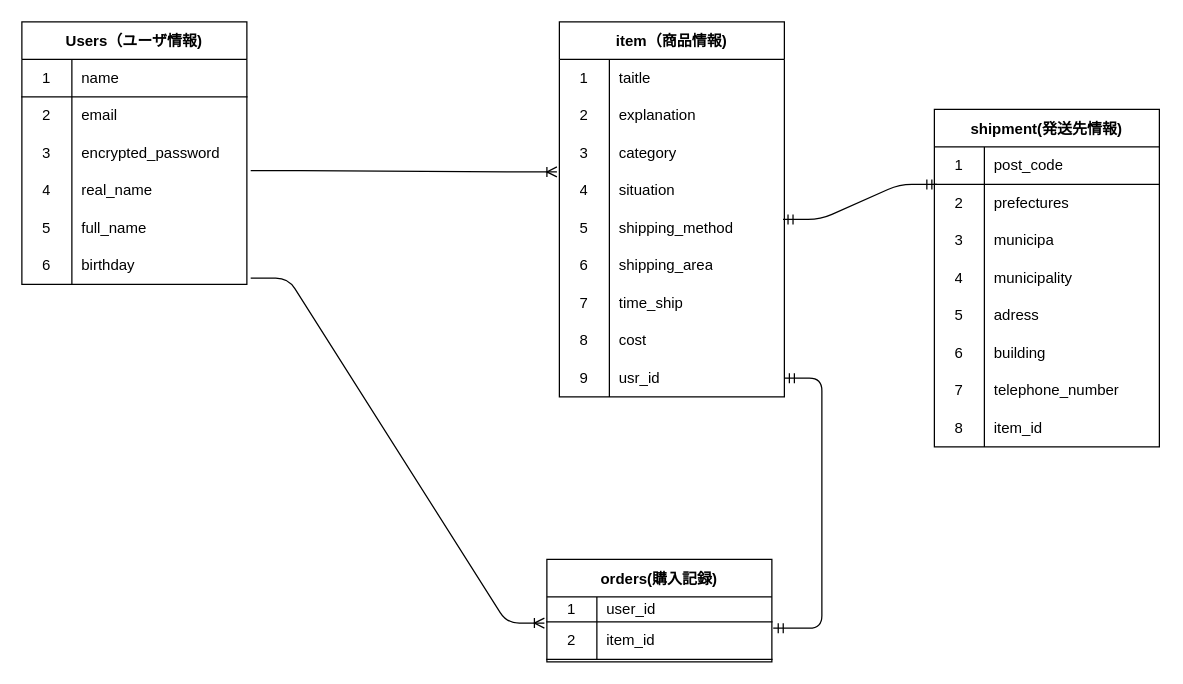
Before: ER.dio in Semomo0717/furima-36947, a draw.io diagram. Source tidied: cells renumbered, new cells numbered last; positions are measured from the earlier drawing's top-left corner, leaving out a move shared by most shapes. Both pictures are drawn from the tidied source at 125%, with x=0, y=0 at pixel (21, 21).
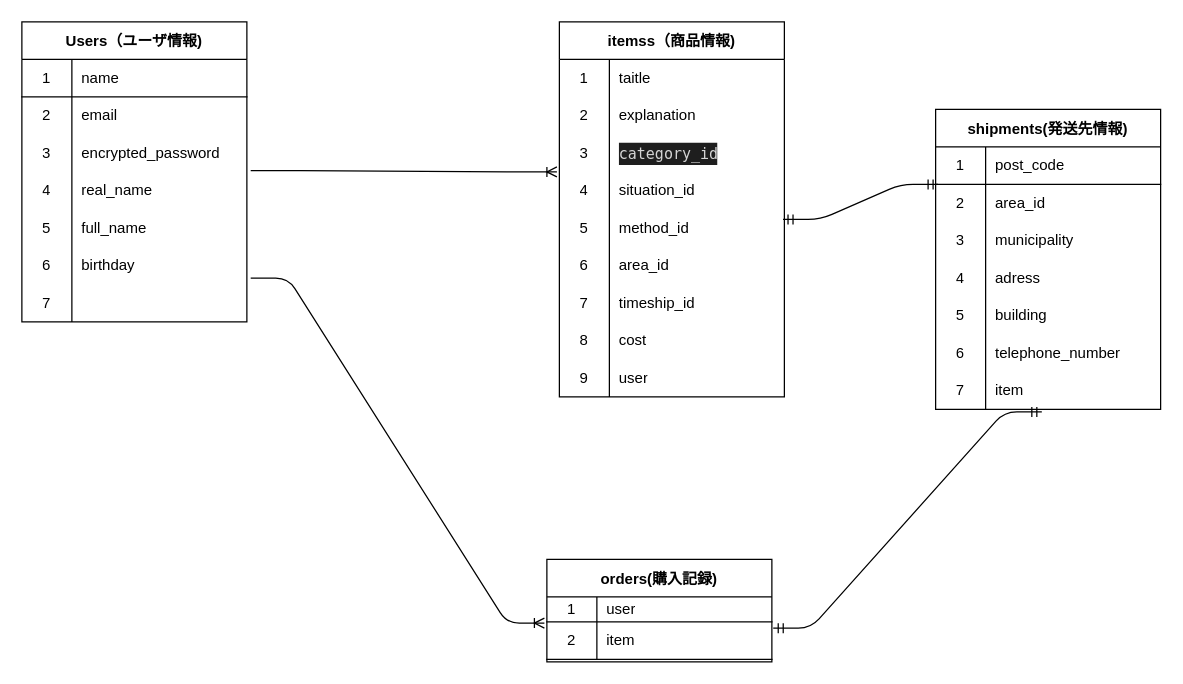
After the change.

The change refers to these unchanged cells:
```xml
<mxCell id="22" style="shape=partialRectangle;html=1;whiteSpace=wrap;fillColor=none;top=0;left=0;bottom=1;right=0;" parent="21" vertex="1">
  <mxGeometry y="30" width="180" height="20" as="geometry" />
</mxCell>
<mxCell id="25" style="shape=partialRectangle;html=1;whiteSpace=wrap;fillColor=none;top=0;left=0;bottom=1;right=0;points=[[0,0.5],[1,0.5]];portConstraint=eastwest;" parent="21" vertex="1">
  <mxGeometry y="50" width="180" height="30" as="geometry" />
</mxCell>
<mxCell id="35" style="shape=partialRectangle;html=1;whiteSpace=wrap;fillColor=none;top=0;left=0;bottom=0;right=0;" parent="28" vertex="1">
  <mxGeometry y="90" width="180" height="30" as="geometry" />
</mxCell>
<mxCell id="38" style="shape=partialRectangle;html=1;whiteSpace=wrap;fillColor=none;top=0;left=0;bottom=0;right=0;points=[[0,0.5],[1,0.5]];portConstraint=eastwest;" parent="28" vertex="1">
  <mxGeometry y="120" width="180" height="30" as="geometry" />
</mxCell>
<mxCell id="41" style="shape=partialRectangle;html=1;whiteSpace=wrap;fillColor=none;top=0;left=0;bottom=0;right=0;points=[[0,0.5],[1,0.5]];portConstraint=eastwest;" parent="28" vertex="1">
  <mxGeometry y="150" width="180" height="30" as="geometry" />
</mxCell>
<mxCell id="44" style="shape=partialRectangle;html=1;whiteSpace=wrap;fillColor=none;top=0;left=0;bottom=0;right=0;" parent="28" vertex="1">
  <mxGeometry y="180" width="180" height="30" as="geometry" />
</mxCell>
<mxCell id="47" style="shape=partialRectangle;html=1;whiteSpace=wrap;fillColor=none;top=0;left=0;bottom=0;right=0;" parent="28" vertex="1">
  <mxGeometry y="210" width="180" height="30" as="geometry" />
</mxCell>
<mxCell id="53" style="shape=partialRectangle;html=1;whiteSpace=wrap;fillColor=none;top=0;left=0;bottom=0;right=0;points=[[0,0.5],[1,0.5]];portConstraint=eastwest;" parent="28" vertex="1">
  <mxGeometry y="270" width="180" height="30" as="geometry" />
</mxCell>
<mxCell id="63" style="shape=partialRectangle;html=1;whiteSpace=wrap;fillColor=none;top=0;left=0;bottom=0;right=0;points=[[0,0.5],[1,0.5]];portConstraint=eastwest;" parent="59" vertex="1">
  <mxGeometry y="60" width="180" height="30" as="geometry" />
</mxCell>
```

What changed in the source:
```diff
@@
     <mxCell id="2" value="Users（ユーザ情報)" style="shape=table;startSize=30;childLayout=tableLayout;rowLines=0;fontStyle=1;align=center;" parent="1" vertex="1">
-      <mxGeometry width="180" height="210" as="geometry" />
+      <mxGeometry width="180" height="240" as="geometry" />
     </mxCell>
@@
+    <mxCell id="85" style="shape=partialRectangle;html=1;whiteSpace=wrap;fillColor=none;top=0;left=0;bottom=0;right=0;" parent="2" vertex="1">
+      <mxGeometry y="210" width="180" height="30" as="geometry" />
+    </mxCell>
+    <mxCell id="86" value="7" style="shape=partialRectangle;html=1;whiteSpace=wrap;fillColor=none;top=0;left=0;bottom=0;right=0;overflow=hidden;" parent="85" vertex="1">
+      <mxGeometry width="40" height="30" as="geometry" />
+    </mxCell>
+    <mxCell id="87" style="shape=partialRectangle;html=1;whiteSpace=wrap;fillColor=none;top=0;left=0;bottom=0;right=0;align=left;spacingLeft=6;overflow=hidden;" parent="85" vertex="1">
+      <mxGeometry x="40" width="140" height="30" as="geometry" />
+    </mxCell>
@@
-    <mxCell id="24" value="user_id" style="shape=partialRectangle;html=1;whiteSpace=wrap;fillColor=none;top=0;left=0;bottom=0;right=0;align=left;spacingLeft=6;overflow=hidden;" parent="22" vertex="1">
+    <mxCell id="24" value="user" style="shape=partialRectangle;html=1;whiteSpace=wrap;fillColor=none;top=0;left=0;bottom=0;right=0;align=left;spacingLeft=6;overflow=hidden;" parent="22" vertex="1">
       <mxGeometry x="40" width="140" height="20" as="geometry" />
     </mxCell>
@@
-    <mxCell id="27" value="item_id" style="shape=partialRectangle;html=1;whiteSpace=wrap;fillColor=none;top=0;left=0;bottom=0;right=0;align=left;spacingLeft=6;overflow=hidden;" parent="25" vertex="1">
+    <mxCell id="27" value="item" style="shape=partialRectangle;html=1;whiteSpace=wrap;fillColor=none;top=0;left=0;bottom=0;right=0;align=left;spacingLeft=6;overflow=hidden;" parent="25" vertex="1">
       <mxGeometry x="40" width="140" height="30" as="geometry" />
     </mxCell>
-    <mxCell id="28" value="item（商品情報)" style="shape=table;startSize=30;childLayout=tableLayout;rowLines=0;fontStyle=1;align=center;" parent="1" vertex="1">
+    <mxCell id="28" value="itemss（商品情報)" style="shape=table;startSize=30;childLayout=tableLayout;rowLines=0;fontStyle=1;align=center;" parent="1" vertex="1">
       <mxGeometry x="430" width="180" height="300" as="geometry" />
     </mxCell>
@@
-    <mxCell id="37" value="category" style="shape=partialRectangle;html=1;whiteSpace=wrap;fillColor=none;top=0;left=0;bottom=0;right=0;align=left;spacingLeft=6;overflow=hidden;" parent="35" vertex="1">
+    <mxCell id="37" value="&lt;div style=&quot;color: rgb(212 , 212 , 212) ; background-color: rgb(30 , 30 , 30) ; font-family: &amp;#34;menlo&amp;#34; , &amp;#34;monaco&amp;#34; , &amp;#34;courier new&amp;#34; , monospace ; line-height: 18px&quot;&gt;category_id&lt;/div&gt;" style="shape=partialRectangle;html=1;whiteSpace=wrap;fillColor=none;top=0;left=0;bottom=0;right=0;align=left;spacingLeft=6;overflow=hidden;" parent="35" vertex="1">
       <mxGeometry x="40" width="140" height="30" as="geometry" />
     </mxCell>
@@
-    <mxCell id="40" value="situation" style="shape=partialRectangle;html=1;whiteSpace=wrap;fillColor=none;top=0;left=0;bottom=0;right=0;align=left;spacingLeft=6;overflow=hidden;" parent="38" vertex="1">
+    <mxCell id="40" value="situation_id" style="shape=partialRectangle;html=1;whiteSpace=wrap;fillColor=none;top=0;left=0;bottom=0;right=0;align=left;spacingLeft=6;overflow=hidden;" parent="38" vertex="1">
       <mxGeometry x="40" width="140" height="30" as="geometry" />
     </mxCell>
@@
-    <mxCell id="43" value="shipping_method" style="shape=partialRectangle;html=1;whiteSpace=wrap;fillColor=none;top=0;left=0;bottom=0;right=0;align=left;spacingLeft=6;overflow=hidden;" parent="41" vertex="1">
+    <mxCell id="43" value="method_id" style="shape=partialRectangle;html=1;whiteSpace=wrap;fillColor=none;top=0;left=0;bottom=0;right=0;align=left;spacingLeft=6;overflow=hidden;" parent="41" vertex="1">
       <mxGeometry x="40" width="140" height="30" as="geometry" />
     </mxCell>
@@
-    <mxCell id="46" value="shipping_area" style="shape=partialRectangle;html=1;whiteSpace=wrap;fillColor=none;top=0;left=0;bottom=0;right=0;align=left;spacingLeft=6;overflow=hidden;" parent="44" vertex="1">
+    <mxCell id="46" value="area_id" style="shape=partialRectangle;html=1;whiteSpace=wrap;fillColor=none;top=0;left=0;bottom=0;right=0;align=left;spacingLeft=6;overflow=hidden;" parent="44" vertex="1">
       <mxGeometry x="40" width="140" height="30" as="geometry" />
     </mxCell>
@@
-    <mxCell id="49" value="time_ship" style="shape=partialRectangle;html=1;whiteSpace=wrap;fillColor=none;top=0;left=0;bottom=0;right=0;align=left;spacingLeft=6;overflow=hidden;" parent="47" vertex="1">
+    <mxCell id="49" value="timeship_id" style="shape=partialRectangle;html=1;whiteSpace=wrap;fillColor=none;top=0;left=0;bottom=0;right=0;align=left;spacingLeft=6;overflow=hidden;" parent="47" vertex="1">
       <mxGeometry x="40" width="140" height="30" as="geometry" />
     </mxCell>
@@
-    <mxCell id="55" value="usr_id" style="shape=partialRectangle;html=1;whiteSpace=wrap;fillColor=none;top=0;left=0;bottom=0;right=0;align=left;spacingLeft=6;overflow=hidden;" parent="53" vertex="1">
+    <mxCell id="55" value="user" style="shape=partialRectangle;html=1;whiteSpace=wrap;fillColor=none;top=0;left=0;bottom=0;right=0;align=left;spacingLeft=6;overflow=hidden;" parent="53" vertex="1">
       <mxGeometry x="40" width="140" height="30" as="geometry" />
     </mxCell>
@@
-    <mxCell id="59" value="shipment(発送先情報)" style="shape=table;startSize=30;childLayout=tableLayout;rowLines=0;fontStyle=1;align=center;" parent="1" vertex="1">
-      <mxGeometry x="730" y="70" width="180" height="270" as="geometry" />
+    <mxCell id="59" value="shipments(発送先情報)" style="shape=table;startSize=30;childLayout=tableLayout;rowLines=0;fontStyle=1;align=center;" parent="1" vertex="1">
+      <mxGeometry x="731" y="70" width="180" height="240" as="geometry" />
     </mxCell>
@@
-    <mxCell id="65" value="prefectures" style="shape=partialRectangle;html=1;whiteSpace=wrap;fillColor=none;top=0;left=0;bottom=0;right=0;align=left;spacingLeft=6;overflow=hidden;" parent="63" vertex="1">
+    <mxCell id="65" value="area_id" style="shape=partialRectangle;html=1;whiteSpace=wrap;fillColor=none;top=0;left=0;bottom=0;right=0;align=left;spacingLeft=6;overflow=hidden;" parent="63" vertex="1">
       <mxGeometry x="40" width="140" height="30" as="geometry" />
     </mxCell>
-    <mxCell id="66" style="shape=partialRectangle;html=1;whiteSpace=wrap;fillColor=none;top=0;left=0;bottom=0;right=0;" parent="59" vertex="1">
-      <mxGeometry y="90" width="180" height="30" as="geometry" />
-    </mxCell>
-    <mxCell id="67" value="3" style="shape=partialRectangle;html=1;whiteSpace=wrap;fillColor=none;top=0;left=0;bottom=0;right=0;overflow=hidden;" parent="66" vertex="1">
-      <mxGeometry width="40" height="30" as="geometry" />
-    </mxCell>
-    <mxCell id="68" value="municipa" style="shape=partialRectangle;html=1;whiteSpace=wrap;fillColor=none;top=0;left=0;bottom=0;right=0;align=left;spacingLeft=6;overflow=hidden;" parent="66" vertex="1">
-      <mxGeometry x="40" width="140" height="30" as="geometry" />
-    </mxCell>
     <mxCell id="69" style="shape=partialRectangle;html=1;whiteSpace=wrap;fillColor=none;top=0;left=0;bottom=0;right=0;" parent="59" vertex="1">
-      <mxGeometry y="120" width="180" height="30" as="geometry" />
+      <mxGeometry y="90" width="180" height="30" as="geometry" />
     </mxCell>
-    <mxCell id="70" value="4" style="shape=partialRectangle;html=1;whiteSpace=wrap;fillColor=none;top=0;left=0;bottom=0;right=0;overflow=hidden;" parent="69" vertex="1">
+    <mxCell id="70" value="3" style="shape=partialRectangle;html=1;whiteSpace=wrap;fillColor=none;top=0;left=0;bottom=0;right=0;overflow=hidden;" parent="69" vertex="1">
       <mxGeometry width="40" height="30" as="geometry" />
     </mxCell>
@@
     <mxCell id="72" style="shape=partialRectangle;html=1;whiteSpace=wrap;fillColor=none;top=0;left=0;bottom=0;right=0;" parent="59" vertex="1">
-      <mxGeometry y="150" width="180" height="30" as="geometry" />
+      <mxGeometry y="120" width="180" height="30" as="geometry" />
     </mxCell>
-    <mxCell id="73" value="5" style="shape=partialRectangle;html=1;whiteSpace=wrap;fillColor=none;top=0;left=0;bottom=0;right=0;overflow=hidden;" parent="72" vertex="1">
+    <mxCell id="73" value="4" style="shape=partialRectangle;html=1;whiteSpace=wrap;fillColor=none;top=0;left=0;bottom=0;right=0;overflow=hidden;" parent="72" vertex="1">
       <mxGeometry width="40" height="30" as="geometry" />
     </mxCell>
@@
     <mxCell id="75" style="shape=partialRectangle;html=1;whiteSpace=wrap;fillColor=none;top=0;left=0;bottom=0;right=0;" parent="59" vertex="1">
-      <mxGeometry y="180" width="180" height="30" as="geometry" />
+      <mxGeometry y="150" width="180" height="30" as="geometry" />
     </mxCell>
-    <mxCell id="76" value="6" style="shape=partialRectangle;html=1;whiteSpace=wrap;fillColor=none;top=0;left=0;bottom=0;right=0;overflow=hidden;" parent="75" vertex="1">
+    <mxCell id="76" value="5" style="shape=partialRectangle;html=1;whiteSpace=wrap;fillColor=none;top=0;left=0;bottom=0;right=0;overflow=hidden;" parent="75" vertex="1">
       <mxGeometry width="40" height="30" as="geometry" />
     </mxCell>
@@
     <mxCell id="78" style="shape=partialRectangle;html=1;whiteSpace=wrap;fillColor=none;top=0;left=0;bottom=0;right=0;" parent="59" vertex="1">
-      <mxGeometry y="210" width="180" height="30" as="geometry" />
+      <mxGeometry y="180" width="180" height="30" as="geometry" />
     </mxCell>
-    <mxCell id="79" value="7" style="shape=partialRectangle;html=1;whiteSpace=wrap;fillColor=none;top=0;left=0;bottom=0;right=0;overflow=hidden;" parent="78" vertex="1">
+    <mxCell id="79" value="6" style="shape=partialRectangle;html=1;whiteSpace=wrap;fillColor=none;top=0;left=0;bottom=0;right=0;overflow=hidden;" parent="78" vertex="1">
       <mxGeometry width="40" height="30" as="geometry" />
     </mxCell>
@@
     <mxCell id="81" style="shape=partialRectangle;html=1;whiteSpace=wrap;fillColor=none;top=0;left=0;bottom=0;right=0;points=[[0,0.5],[1,0.5]];portConstraint=eastwest;" parent="59" vertex="1">
-      <mxGeometry y="240" width="180" height="30" as="geometry" />
+      <mxGeometry y="210" width="180" height="30" as="geometry" />
     </mxCell>
-    <mxCell id="82" value="8" style="shape=partialRectangle;html=1;whiteSpace=wrap;fillColor=none;top=0;left=0;bottom=0;right=0;overflow=hidden;" parent="81" vertex="1">
+    <mxCell id="82" value="7" style="shape=partialRectangle;html=1;whiteSpace=wrap;fillColor=none;top=0;left=0;bottom=0;right=0;overflow=hidden;" parent="81" vertex="1">
       <mxGeometry width="40" height="30" as="geometry" />
     </mxCell>
-    <mxCell id="83" value="item_id" style="shape=partialRectangle;html=1;whiteSpace=wrap;fillColor=none;top=0;left=0;bottom=0;right=0;align=left;spacingLeft=6;overflow=hidden;" parent="81" vertex="1">
+    <mxCell id="83" value="item" style="shape=partialRectangle;html=1;whiteSpace=wrap;fillColor=none;top=0;left=0;bottom=0;right=0;align=left;spacingLeft=6;overflow=hidden;" parent="81" vertex="1">
       <mxGeometry x="40" width="140" height="30" as="geometry" />
     </mxCell>
-    <mxCell id="84" style="edgeStyle=entityRelationEdgeStyle;fontSize=12;html=1;endArrow=ERmandOne;startArrow=ERmandOne;exitX=1.006;exitY=0.167;exitDx=0;exitDy=0;exitPerimeter=0;" parent="1" edge="1" source="25" target="53">
+    <mxCell id="84" style="edgeStyle=entityRelationEdgeStyle;fontSize=12;html=1;endArrow=ERmandOne;startArrow=ERmandOne;exitX=1.006;exitY=0.167;exitDx=0;exitDy=0;exitPerimeter=0;entryX=0.472;entryY=1.067;entryDx=0;entryDy=0;entryPerimeter=0;" parent="1" edge="1" source="25" target="81">
       <mxGeometry relative="1" as="geometry" />
     </mxCell>
```
